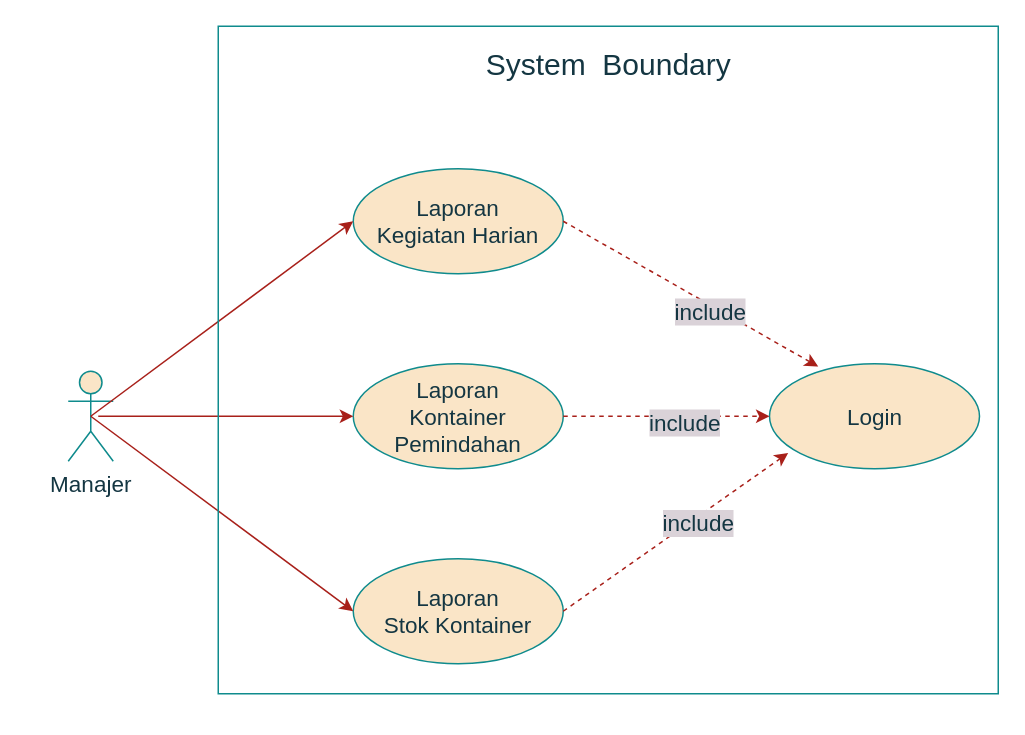
This is page "USE CASE Manajer Laporan" (4 of 4) of USE CASE.drawio from cuangshulhan/UML, a draw.io file, before an edit. Source tidied: cells renumbered, new cells numbered last; positions are measured from the earlier drawing's top-left corner, leaving out a move shared by most shapes. Both pictures are drawn from the tidied source at 150%, with x=0, y=0 at pixel (68, 26).
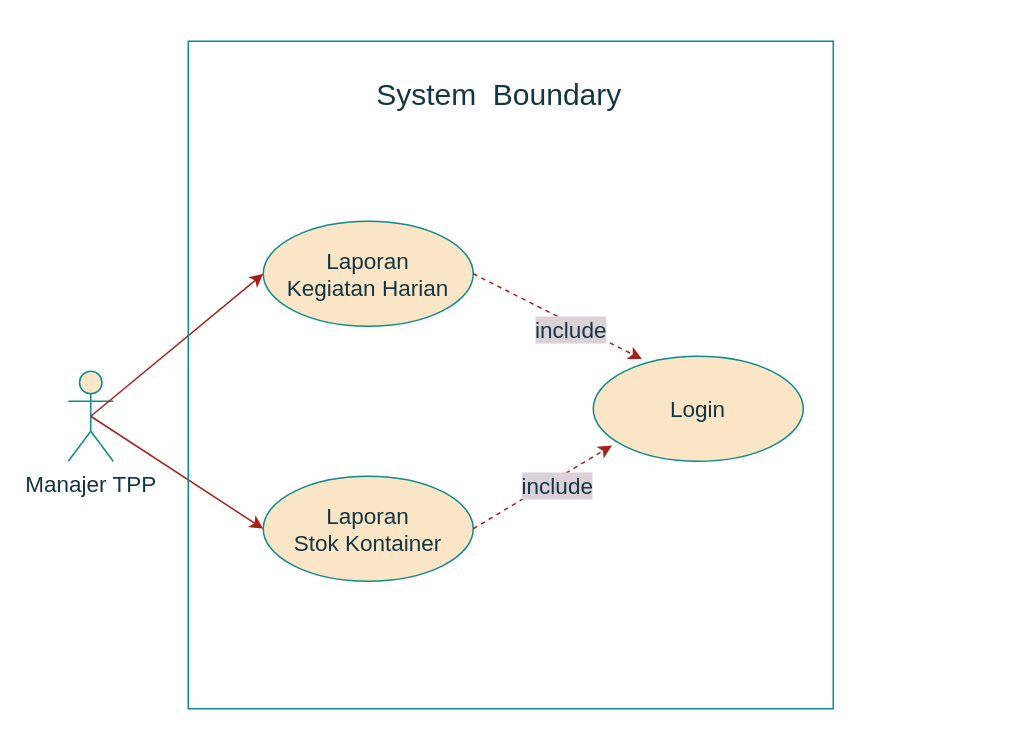
After the change.

Change to the diagram source:
```diff
@@
 <mxGraphModel>
   <root>
     <mxCell id="0" />
     <mxCell id="1" parent="0" />
-    <mxCell id="2" value="&lt;font style=&quot;font-size: 15px&quot;&gt;Manajer&lt;/font&gt;" style="shape=umlActor;verticalLabelPosition=bottom;verticalAlign=top;html=1;fillColor=#FAE5C7;strokeColor=#0F8B8D;fontColor=#143642;" parent="1" vertex="1">
+    <mxCell id="2" value="&lt;font style=&quot;font-size: 15px&quot;&gt;Manajer TPP&lt;br&gt;&lt;/font&gt;" style="shape=umlActor;verticalLabelPosition=bottom;verticalAlign=top;html=1;fillColor=#FAE5C7;strokeColor=#0F8B8D;fontColor=#143642;" parent="1" vertex="1">
       <mxGeometry y="230" width="30" height="60" as="geometry" />
     </mxCell>
-    <mxCell id="3" value="&lt;div style=&quot;font-size: 15px&quot;&gt;&lt;font style=&quot;font-size: 15px&quot;&gt;Laporan&lt;/font&gt;&lt;/div&gt;&lt;div style=&quot;font-size: 15px&quot;&gt;&lt;font style=&quot;font-size: 15px&quot;&gt;Kontainer Pemindahan&lt;br&gt;&lt;/font&gt;&lt;/div&gt;" style="ellipse;whiteSpace=wrap;html=1;fillColor=#FAE5C7;strokeColor=#0F8B8D;fontColor=#143642;" parent="1" vertex="1">
-      <mxGeometry x="190" y="225" width="140" height="70" as="geometry" />
-    </mxCell>
     <mxCell id="4" value="&lt;font style=&quot;font-size: 15px&quot;&gt;Login&lt;/font&gt;" style="ellipse;whiteSpace=wrap;html=1;fillColor=#FAE5C7;strokeColor=#0F8B8D;fontColor=#143642;" parent="1" vertex="1">
-      <mxGeometry x="467.5" y="225" width="140" height="70" as="geometry" />
+      <mxGeometry x="350" y="220" width="140" height="70" as="geometry" />
     </mxCell>
     <mxCell id="5" value="&lt;div style=&quot;font-size: 15px&quot;&gt;&lt;font style=&quot;font-size: 15px&quot;&gt;Laporan&lt;/font&gt;&lt;/div&gt;&lt;div style=&quot;font-size: 15px&quot;&gt;&lt;font style=&quot;font-size: 15px&quot;&gt;Kegiatan Harian&lt;br&gt;&lt;/font&gt;&lt;/div&gt;" style="ellipse;whiteSpace=wrap;html=1;fillColor=#FAE5C7;strokeColor=#0F8B8D;fontColor=#143642;" parent="1" vertex="1">
-      <mxGeometry x="190" y="95" width="140" height="70" as="geometry" />
+      <mxGeometry x="130" y="130" width="140" height="70" as="geometry" />
     </mxCell>
     <mxCell id="6" value="&lt;div&gt;&lt;font style=&quot;font-size: 15px&quot;&gt;Laporan&lt;/font&gt;&lt;/div&gt;&lt;div&gt;&lt;font style=&quot;font-size: 15px&quot;&gt;Stok Kontainer&lt;br&gt;&lt;/font&gt;&lt;/div&gt;" style="ellipse;whiteSpace=wrap;html=1;fillColor=#FAE5C7;strokeColor=#0F8B8D;fontColor=#143642;" parent="1" vertex="1">
-      <mxGeometry x="190" y="355" width="140" height="70" as="geometry" />
+      <mxGeometry x="130" y="300" width="140" height="70" as="geometry" />
     </mxCell>
-    <mxCell id="7" style="endArrow=classic;html=1;entryX=0;entryY=0.5;entryDx=0;entryDy=0;strokeColor=#A8201A;fontColor=#143642;labelBackgroundColor=#DAD2D8;" parent="1" edge="1" target="3">
-      <mxGeometry relative="1" as="geometry">
-        <mxPoint x="20" y="260" as="sourcePoint" />
-      </mxGeometry>
-    </mxCell>
     <mxCell id="8" style="endArrow=classic;html=1;entryX=0;entryY=0.5;entryDx=0;entryDy=0;exitX=0.5;exitY=0.5;exitDx=0;exitDy=0;exitPerimeter=0;strokeColor=#A8201A;fontColor=#143642;labelBackgroundColor=#DAD2D8;" parent="1" edge="1" source="2" target="5">
       <mxGeometry relative="1" as="geometry" />
     </mxCell>
     <mxCell id="9" style="endArrow=classic;html=1;entryX=0;entryY=0.5;entryDx=0;entryDy=0;exitX=0.5;exitY=0.5;exitDx=0;exitDy=0;exitPerimeter=0;strokeColor=#A8201A;fontColor=#143642;labelBackgroundColor=#DAD2D8;" parent="1" edge="1" source="2" target="6">
       <mxGeometry relative="1" as="geometry" />
     </mxCell>
     <mxCell id="10" style="endArrow=classic;html=1;rounded=1;dashed=1;entryX=0.232;entryY=0.027;entryDx=0;entryDy=0;entryPerimeter=0;strokeColor=#A8201A;fontColor=#143642;labelBackgroundColor=#DAD2D8;exitX=1;exitY=0.5;exitDx=0;exitDy=0;" parent="1" edge="1" source="5" target="4">
       <mxGeometry relative="1" as="geometry" />
     </mxCell>
     <mxCell id="11" value="&lt;font style=&quot;font-size: 15px&quot;&gt;include&lt;/font&gt;" style="edgeLabel;html=1;align=center;verticalAlign=middle;fontColor=#143642;labelBackgroundColor=#DAD2D8;" parent="10" vertex="1">
       <mxGeometry x="0.17" y="-3" relative="1" as="geometry" />
     </mxCell>
-    <mxCell id="12" style="endArrow=classic;html=1;rounded=1;dashed=1;strokeColor=#A8201A;fontColor=#143642;labelBackgroundColor=#DAD2D8;exitX=1;exitY=0.5;exitDx=0;exitDy=0;" parent="1" edge="1" source="3" target="4">
-      <mxGeometry relative="1" as="geometry" />
-    </mxCell>
-    <mxCell id="13" value="&lt;font style=&quot;font-size: 15px&quot;&gt;include&lt;/font&gt;" style="edgeLabel;html=1;align=center;verticalAlign=middle;fontColor=#143642;labelBackgroundColor=#DAD2D8;" parent="12" vertex="1">
-      <mxGeometry x="0.17" y="-3" relative="1" as="geometry" />
-    </mxCell>
     <mxCell id="14" style="endArrow=classic;html=1;rounded=1;dashed=1;entryX=0.089;entryY=0.85;entryDx=0;entryDy=0;entryPerimeter=0;strokeColor=#A8201A;fontColor=#143642;labelBackgroundColor=#DAD2D8;exitX=1;exitY=0.5;exitDx=0;exitDy=0;" parent="1" edge="1" source="6" target="4">
       <mxGeometry relative="1" as="geometry" />
     </mxCell>
     <mxCell id="15" value="&lt;font style=&quot;font-size: 15px&quot;&gt;include&lt;/font&gt;" style="edgeLabel;html=1;align=center;verticalAlign=middle;fontColor=#143642;labelBackgroundColor=#DAD2D8;" parent="14" vertex="1">
       <mxGeometry x="0.17" y="-3" relative="1" as="geometry" />
     </mxCell>
     <mxCell id="16" style="rounded=0;whiteSpace=wrap;html=1;fillColor=none;strokeColor=#0F8B8D;fontColor=#143642;" parent="1" vertex="1">
-      <mxGeometry x="100" width="520" height="445" as="geometry" />
+      <mxGeometry x="80" y="10" width="430" height="445" as="geometry" />
     </mxCell>
     <mxCell id="17" value="&lt;font style=&quot;font-size: 20px&quot;&gt;System&amp;nbsp; Boundary&lt;/font&gt;" style="text;html=1;strokeColor=none;fillColor=none;align=center;verticalAlign=middle;whiteSpace=wrap;rounded=0;fontColor=#143642;" parent="1" vertex="1">
-      <mxGeometry x="252.5" y="10" width="215" height="30" as="geometry" />
+      <mxGeometry x="180" y="30" width="215" height="30" as="geometry" />
     </mxCell>
   </root>
 </mxGraphModel>
```
